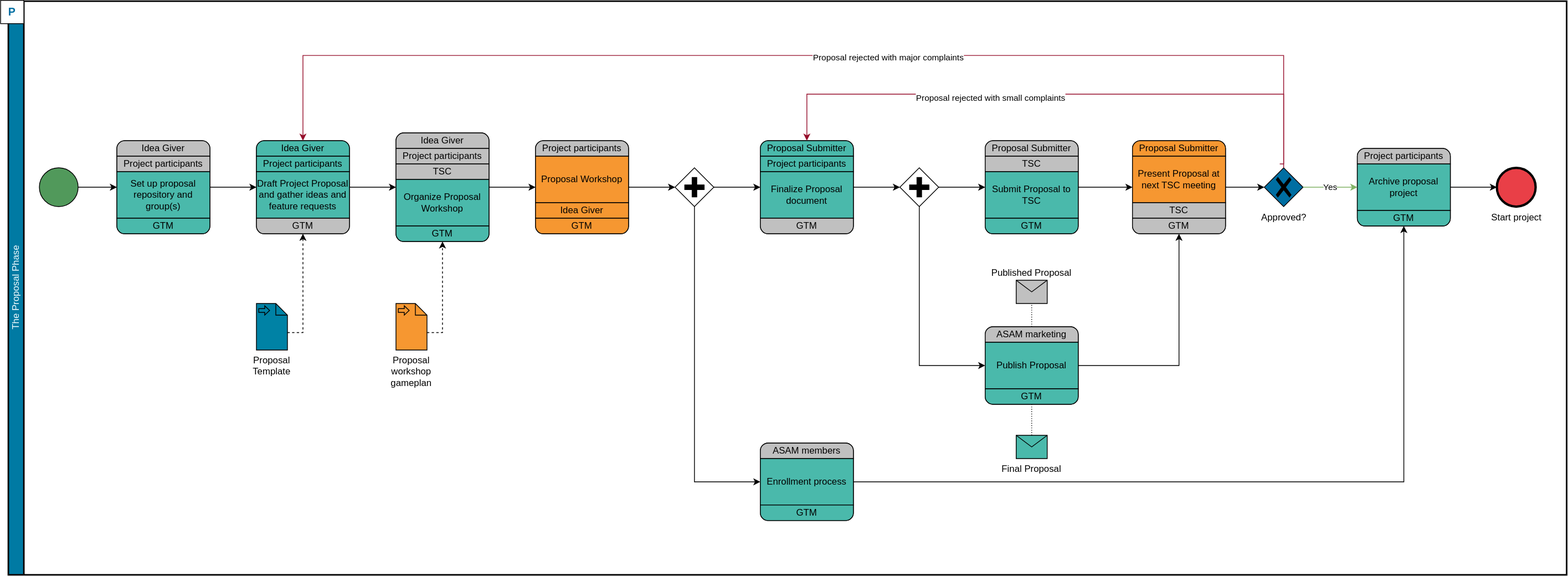
The draw.io diagram content/modules/compendium/assets/images/asam/proposal_phase_v2.drawio.svg in asam-ev/asam-project-guide-content, before a commit. Source tidied: cells renumbered, new cells last; positions are measured from the earlier drawing's top-left corner, leaving out a move shared by most shapes.
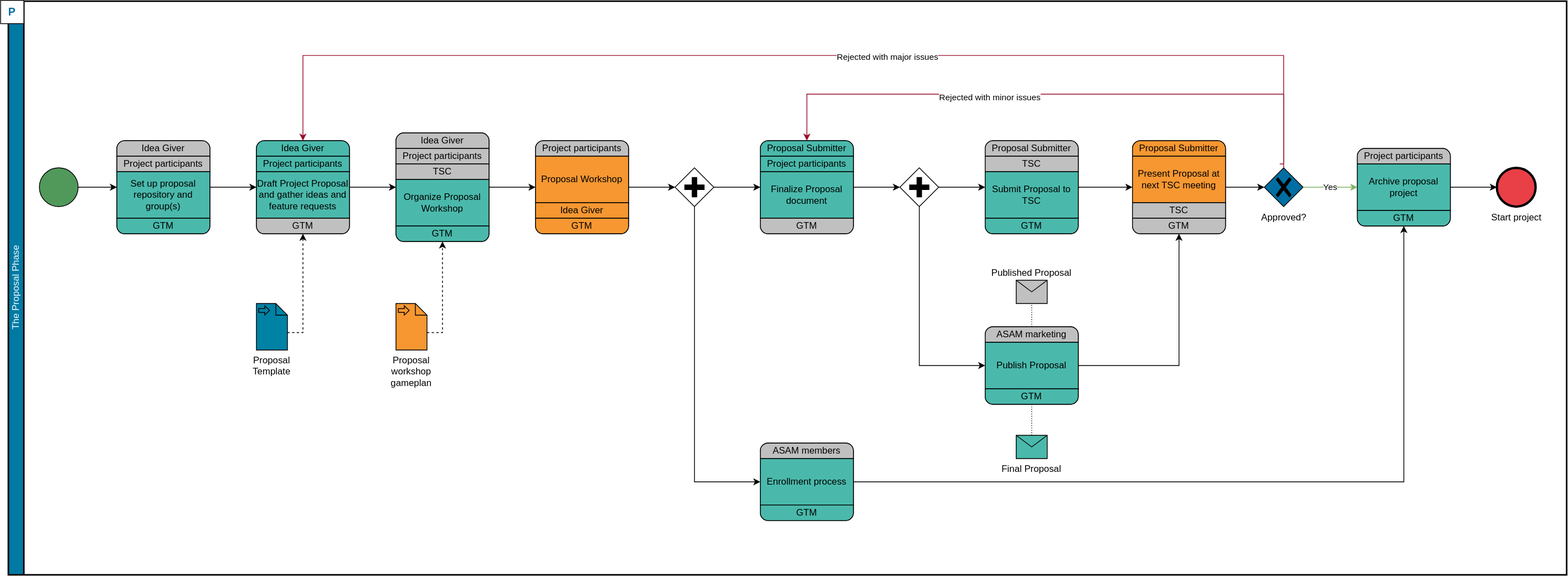
After the commit.

Commit message:
Relabeled "major complaints" and "small complaints" to "major issues"/"minor issues"

What changed in the source:
```diff
@@ -156,7 +156,7 @@
         </Array>
       </mxGeometry>
     </mxCell>
-    <mxCell id="51" value="Proposal rejected with small complaints" style="edgeLabel;html=1;align=center;verticalAlign=middle;" parent="50" vertex="1">
+    <mxCell id="51" value="Rejected with minor issues" style="edgeLabel;html=1;align=center;verticalAlign=middle;" parent="50" vertex="1">
       <mxGeometry x="0.23" y="4" relative="1" as="geometry" />
     </mxCell>
     <mxCell id="52" value="Draft Project Proposal, gather ideas and feature requests" style="rounded=1;whiteSpace=wrap;html=1;absoluteArcSize=1;arcSize=20;horizontal=1;fillColor=#4AB9AB;" parent="2" vertex="1">
@@ -215,7 +215,7 @@
         </Array>
       </mxGeometry>
     </mxCell>
-    <mxCell id="69" value="Proposal rejected with major complaints" style="edgeLabel;html=1;align=center;verticalAlign=middle;" parent="68" vertex="1">
+    <mxCell id="69" value="Rejected with major issues" style="edgeLabel;html=1;align=center;verticalAlign=middle;" parent="68" vertex="1">
       <mxGeometry x="-0.14" y="2" relative="1" as="geometry" />
     </mxCell>
     <mxCell id="70" style="edgeStyle=orthogonalEdgeStyle;rounded=0;jettySize=auto;html=1;exitX=1;exitY=0.5;exitDx=0;exitDy=0;startArrow=none;" parent="2" edge="1" source="11" target="45">
```
